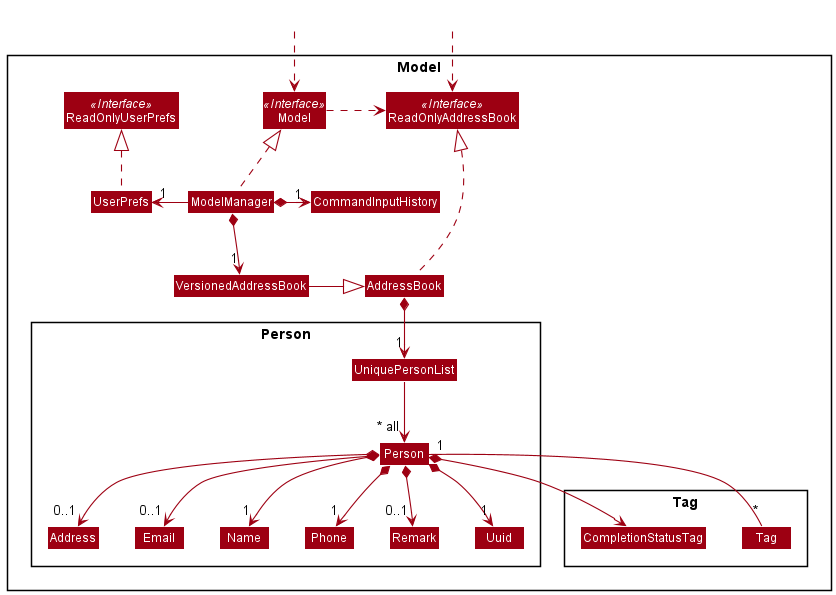
Above: docs/images/ModelClassDiagram.png in vigneshsankariyer1234567890/tp (PlantUML), before the change.
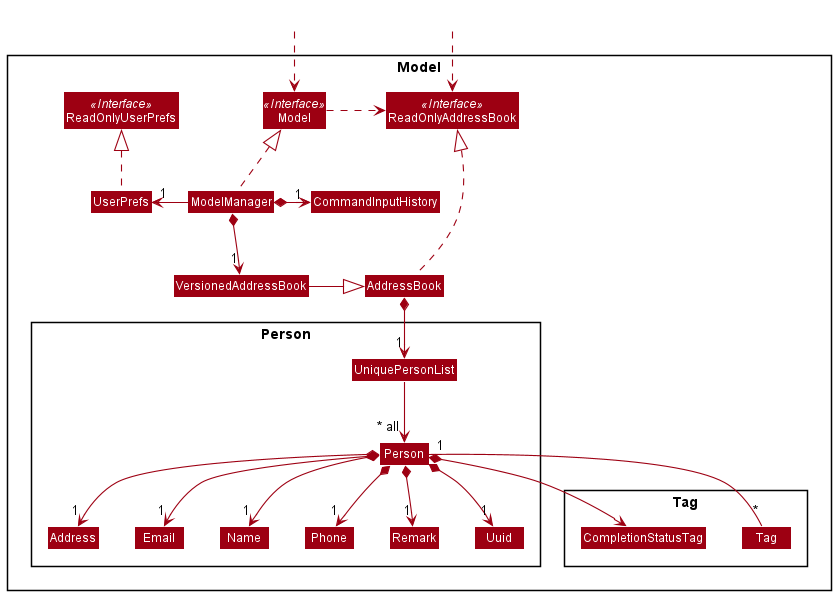
Later version of the same file.

Commit message:
Revert ModelClassDiagram

What changed in the source:
```diff
@@ -59,10 +59,10 @@
 Person "1" -- "*" Tag
 Person *--> "1" Name
 Person *--> "1" Phone
+Person *--> "1" Email
+Person *--> "1" Address
 Person *--> "1" Uuid
-Person *--> "0..1" Remark
-Person *--> "0..1" Email
-Person *--> "0..1" Address
+Person *--> "1" Remark
 
 
 @enduml
```
